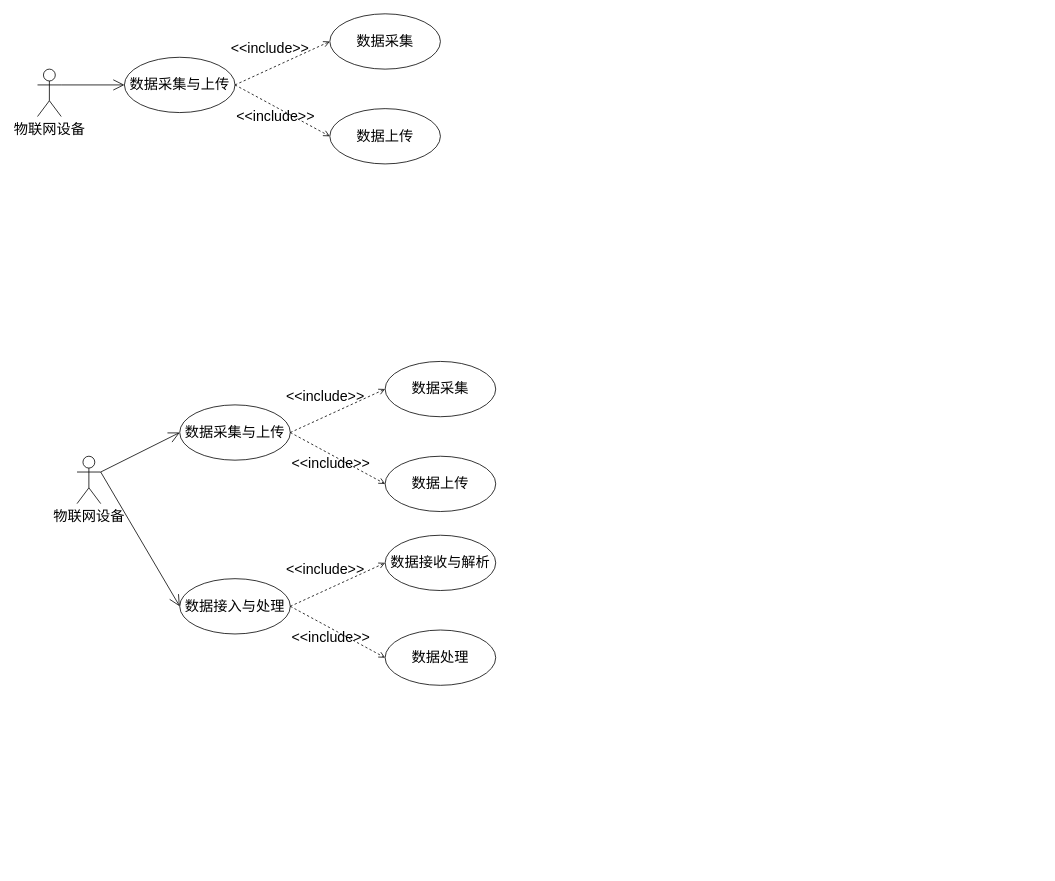
Before: 用例图.drawio in zhaoning999/notes, a draw.io diagram. Source tidied: cells renumbered, new cells numbered last; positions are measured from the earlier drawing's top-left corner, leaving out a move shared by most shapes. Both pictures are drawn from the tidied source at 79%, with x=0, y=0 at pixel (37, 13).
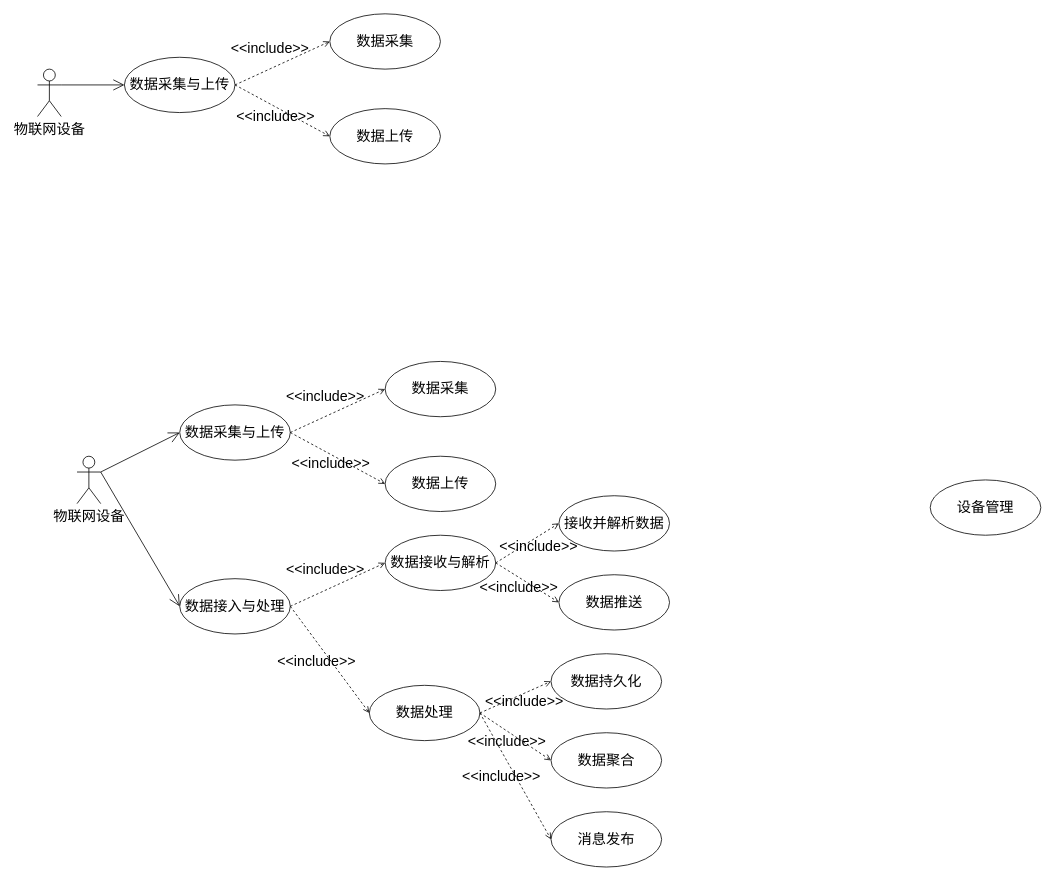
Above is the later version.

Commit message (it also covers changes not shown here):
更新用例图.drawio

Unchanged cells that the change refers to:
```xml
<mxCell id="22" value="数据接收与解析" style="ellipse;whiteSpace=wrap;html=1;fontSize=18;" parent="1" vertex="1">
  <mxGeometry x="440" y="660" width="140" height="70" as="geometry" />
</mxCell>
```

What changed in the source:
```diff
@@
     <mxCell id="24" value="数据处理" style="ellipse;whiteSpace=wrap;html=1;fontSize=18;" parent="1" vertex="1">
-      <mxGeometry x="440" y="780" width="140" height="70" as="geometry" />
+      <mxGeometry x="420" y="850" width="140" height="70" as="geometry" />
     </mxCell>
@@
+    <mxCell id="28" value="接收并解析数据" style="ellipse;whiteSpace=wrap;html=1;fontSize=18;" parent="1" vertex="1">
+      <mxGeometry x="660" y="610" width="140" height="70" as="geometry" />
+    </mxCell>
+    <mxCell id="29" value="&amp;lt;&amp;lt;include&amp;gt;&amp;gt;" style="html=1;verticalAlign=bottom;labelBackgroundColor=none;endArrow=open;endFill=0;dashed=1;rounded=0;fontSize=18;exitX=1;exitY=0.5;exitDx=0;exitDy=0;entryX=0;entryY=0.5;entryDx=0;entryDy=0;" parent="1" edge="1" source="22" target="28">
+      <mxGeometry x="0.04" y="-23" relative="1" as="geometry" />
+    </mxCell>
+    <mxCell id="30" value="数据推送" style="ellipse;whiteSpace=wrap;html=1;fontSize=18;" parent="1" vertex="1">
+      <mxGeometry x="660" y="710" width="140" height="70" as="geometry" />
+    </mxCell>
+    <mxCell id="31" value="&amp;lt;&amp;lt;include&amp;gt;&amp;gt;" style="html=1;verticalAlign=bottom;labelBackgroundColor=none;endArrow=open;endFill=0;dashed=1;rounded=0;fontSize=18;exitX=1;exitY=0.5;exitDx=0;exitDy=0;entryX=0;entryY=0.5;entryDx=0;entryDy=0;" parent="1" edge="1" source="22" target="30">
+      <mxGeometry x="0.04" y="-23" relative="1" as="geometry" />
+    </mxCell>
+    <mxCell id="32" value="&amp;lt;&amp;lt;include&amp;gt;&amp;gt;" style="html=1;verticalAlign=bottom;labelBackgroundColor=none;endArrow=open;endFill=0;dashed=1;rounded=0;fontSize=18;exitX=1;exitY=0.5;exitDx=0;exitDy=0;entryX=0;entryY=0.5;entryDx=0;entryDy=0;" parent="1" edge="1" source="24" target="34">
+      <mxGeometry x="0.04" y="-23" relative="1" as="geometry" />
+    </mxCell>
+    <mxCell id="33" value="消息发布" style="ellipse;whiteSpace=wrap;html=1;fontSize=18;" parent="1" vertex="1">
+      <mxGeometry x="650" y="1010" width="140" height="70" as="geometry" />
+    </mxCell>
+    <mxCell id="34" value="数据持久化" style="ellipse;whiteSpace=wrap;html=1;fontSize=18;" parent="1" vertex="1">
+      <mxGeometry x="650" y="810" width="140" height="70" as="geometry" />
+    </mxCell>
+    <mxCell id="35" value="数据聚合" style="ellipse;whiteSpace=wrap;html=1;fontSize=18;" parent="1" vertex="1">
+      <mxGeometry x="650" y="910" width="140" height="70" as="geometry" />
+    </mxCell>
+    <mxCell id="36" value="&amp;lt;&amp;lt;include&amp;gt;&amp;gt;" style="html=1;verticalAlign=bottom;labelBackgroundColor=none;endArrow=open;endFill=0;dashed=1;rounded=0;fontSize=18;exitX=1;exitY=0.5;exitDx=0;exitDy=0;entryX=0;entryY=0.5;entryDx=0;entryDy=0;" parent="1" edge="1" source="24" target="35">
+      <mxGeometry x="0.04" y="-23" relative="1" as="geometry" />
+    </mxCell>
+    <mxCell id="37" value="&amp;lt;&amp;lt;include&amp;gt;&amp;gt;" style="html=1;verticalAlign=bottom;labelBackgroundColor=none;endArrow=open;endFill=0;dashed=1;rounded=0;fontSize=18;exitX=1;exitY=0.5;exitDx=0;exitDy=0;entryX=0;entryY=0.5;entryDx=0;entryDy=0;" parent="1" edge="1" source="24" target="33">
+      <mxGeometry x="0.04" y="-23" relative="1" as="geometry" />
+    </mxCell>
+    <mxCell id="38" value="设备管理" style="ellipse;whiteSpace=wrap;html=1;fontSize=18;" parent="1" vertex="1">
+      <mxGeometry x="1130" y="590" width="140" height="70" as="geometry" />
+    </mxCell>
```
